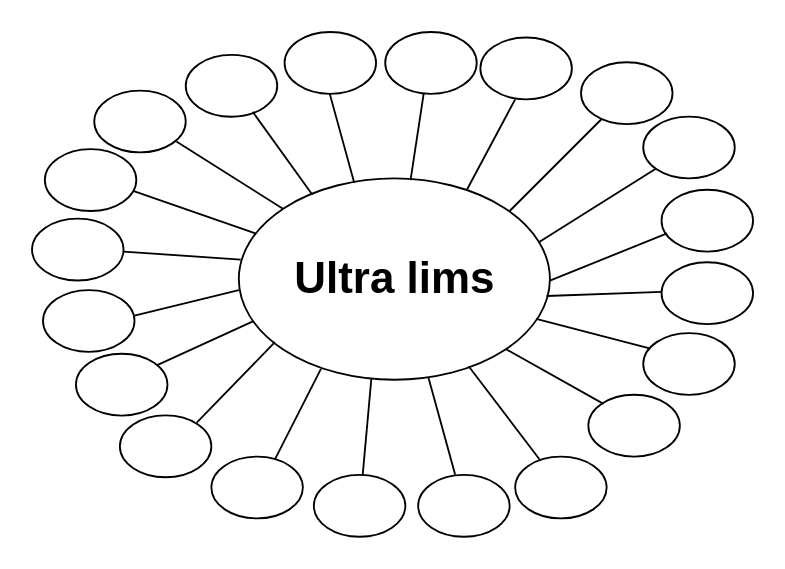
Before: mapa_mental.drawio in gumartins03/mapa_mental, a draw.io diagram. Source tidied: cells renumbered, new cells numbered last; positions are measured from the earlier drawing's top-left corner, leaving out a move shared by most shapes. Both pictures are drawn from the tidied source at 183%, with x=0, y=0 at pixel (31, 31).
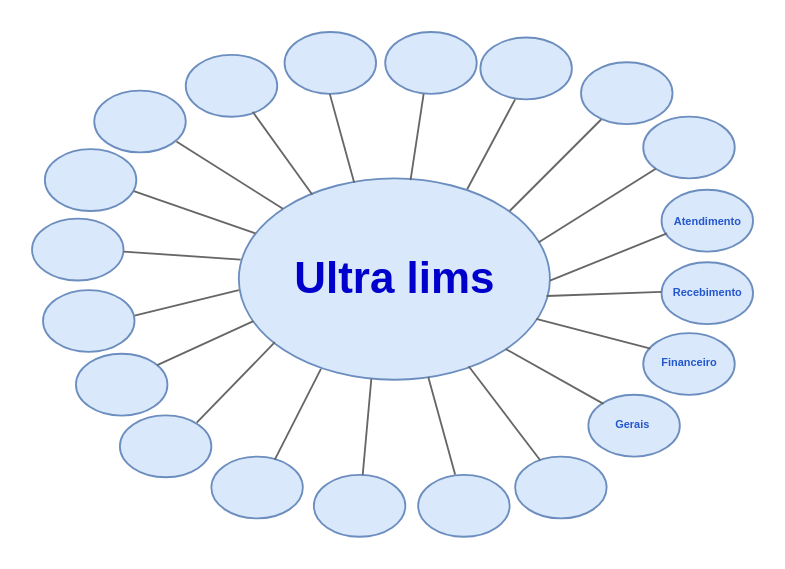
Above is the later version.

The edit, as a diff of the source:
```diff
@@
-    <mxCell id="2" style="ellipse;whiteSpace=wrap;html=1;" parent="1" vertex="1">
+    <mxCell id="2" style="ellipse;whiteSpace=wrap;html=1;fillColor=#dae8fc;strokeColor=#6c8ebf;" parent="1" vertex="1">
       <mxGeometry x="113" y="80" width="170" height="110" as="geometry" />
     </mxCell>
-    <mxCell id="3" style="ellipse;whiteSpace=wrap;html=1;" parent="1" vertex="1">
+    <mxCell id="3" style="ellipse;whiteSpace=wrap;html=1;fillColor=#dae8fc;strokeColor=#6c8ebf;" parent="1" vertex="1">
       <mxGeometry x="344" y="125.8" width="50" height="33.8" as="geometry" />
     </mxCell>
-    <mxCell id="4" value="Ultra lims" style="text;strokeColor=none;fillColor=none;html=1;fontSize=24;fontStyle=1;verticalAlign=middle;align=center;" parent="1" vertex="1">
+    <mxCell id="4" value="Ultra lims" style="text;strokeColor=none;fillColor=none;html=1;fontSize=24;fontStyle=1;verticalAlign=middle;align=center;fontColor=#0000CC;labelBorderColor=none;" parent="1" vertex="1">
       <mxGeometry x="148" y="115" width="100" height="40" as="geometry" />
     </mxCell>
-    <mxCell id="5" style="ellipse;whiteSpace=wrap;html=1;" parent="1" vertex="1">
+    <mxCell id="5" style="ellipse;whiteSpace=wrap;html=1;fillColor=#dae8fc;strokeColor=#6c8ebf;" parent="1" vertex="1">
       <mxGeometry x="334" y="164.5" width="50" height="33.8" as="geometry" />
     </mxCell>
-    <mxCell id="6" style="ellipse;whiteSpace=wrap;html=1;" parent="1" vertex="1">
+    <mxCell id="6" style="ellipse;whiteSpace=wrap;html=1;fillColor=#dae8fc;strokeColor=#6c8ebf;" parent="1" vertex="1">
       <mxGeometry x="344" y="86.2" width="50" height="33.8" as="geometry" />
     </mxCell>
-    <mxCell id="7" style="ellipse;whiteSpace=wrap;html=1;" parent="1" vertex="1">
+    <mxCell id="7" style="ellipse;whiteSpace=wrap;html=1;fillColor=#dae8fc;strokeColor=#6c8ebf;" parent="1" vertex="1">
       <mxGeometry x="334" y="46.2" width="50" height="33.8" as="geometry" />
     </mxCell>
-    <mxCell id="8" style="ellipse;whiteSpace=wrap;html=1;" parent="1" vertex="1">
+    <mxCell id="8" style="ellipse;whiteSpace=wrap;html=1;fillColor=#dae8fc;strokeColor=#6c8ebf;" parent="1" vertex="1">
       <mxGeometry x="300" y="16.5" width="50" height="33.8" as="geometry" />
     </mxCell>
-    <mxCell id="9" style="ellipse;whiteSpace=wrap;html=1;" parent="1" vertex="1">
+    <mxCell id="9" style="ellipse;whiteSpace=wrap;html=1;fillColor=#dae8fc;strokeColor=#6c8ebf;" parent="1" vertex="1">
       <mxGeometry x="304" y="198.2" width="50" height="33.8" as="geometry" />
     </mxCell>
-    <mxCell id="10" style="ellipse;whiteSpace=wrap;html=1;" parent="1" vertex="1">
+    <mxCell id="10" style="ellipse;whiteSpace=wrap;html=1;fillColor=#dae8fc;strokeColor=#6c8ebf;" parent="1" vertex="1">
       <mxGeometry x="264" y="232" width="50" height="33.8" as="geometry" />
     </mxCell>
-    <mxCell id="11" style="ellipse;whiteSpace=wrap;html=1;" parent="1" vertex="1">
+    <mxCell id="11" style="ellipse;whiteSpace=wrap;html=1;fillColor=#dae8fc;strokeColor=#6c8ebf;" parent="1" vertex="1">
       <mxGeometry x="211" y="242" width="50" height="33.8" as="geometry" />
     </mxCell>
-    <mxCell id="12" style="ellipse;whiteSpace=wrap;html=1;" parent="1" vertex="1">
+    <mxCell id="12" style="ellipse;whiteSpace=wrap;html=1;fillColor=#dae8fc;strokeColor=#6c8ebf;" parent="1" vertex="1">
       <mxGeometry x="154" y="242" width="50" height="33.8" as="geometry" />
     </mxCell>
-    <mxCell id="13" style="ellipse;whiteSpace=wrap;html=1;" parent="1" vertex="1">
+    <mxCell id="13" style="ellipse;whiteSpace=wrap;html=1;fillColor=#dae8fc;strokeColor=#6c8ebf;" parent="1" vertex="1">
       <mxGeometry x="98" y="232" width="50" height="33.8" as="geometry" />
     </mxCell>
-    <mxCell id="14" style="ellipse;whiteSpace=wrap;html=1;" parent="1" vertex="1">
+    <mxCell id="14" style="ellipse;whiteSpace=wrap;html=1;fillColor=#dae8fc;strokeColor=#6c8ebf;" parent="1" vertex="1">
       <mxGeometry x="48" y="209.5" width="50" height="33.8" as="geometry" />
     </mxCell>
-    <mxCell id="15" style="ellipse;whiteSpace=wrap;html=1;" parent="1" vertex="1">
+    <mxCell id="15" style="ellipse;whiteSpace=wrap;html=1;fillColor=#dae8fc;strokeColor=#6c8ebf;" parent="1" vertex="1">
       <mxGeometry x="24" y="175.8" width="50" height="33.8" as="geometry" />
     </mxCell>
-    <mxCell id="16" style="ellipse;whiteSpace=wrap;html=1;" parent="1" vertex="1">
+    <mxCell id="16" style="ellipse;whiteSpace=wrap;html=1;fillColor=#dae8fc;strokeColor=#6c8ebf;" parent="1" vertex="1">
       <mxGeometry x="6" y="141" width="50" height="33.8" as="geometry" />
     </mxCell>
-    <mxCell id="17" style="ellipse;whiteSpace=wrap;html=1;" parent="1" vertex="1">
+    <mxCell id="17" style="ellipse;whiteSpace=wrap;html=1;fillColor=#dae8fc;strokeColor=#6c8ebf;" parent="1" vertex="1">
       <mxGeometry y="102" width="50" height="33.8" as="geometry" />
     </mxCell>
-    <mxCell id="18" style="ellipse;whiteSpace=wrap;html=1;" parent="1" vertex="1">
+    <mxCell id="18" style="ellipse;whiteSpace=wrap;html=1;fillColor=#dae8fc;strokeColor=#6c8ebf;" parent="1" vertex="1">
       <mxGeometry x="7" y="64" width="50" height="33.8" as="geometry" />
     </mxCell>
-    <mxCell id="19" style="ellipse;whiteSpace=wrap;html=1;" parent="1" vertex="1">
+    <mxCell id="19" style="ellipse;whiteSpace=wrap;html=1;fillColor=#dae8fc;strokeColor=#6c8ebf;" parent="1" vertex="1">
       <mxGeometry x="34" y="32" width="50" height="33.8" as="geometry" />
     </mxCell>
-    <mxCell id="20" style="ellipse;whiteSpace=wrap;html=1;" parent="1" vertex="1">
+    <mxCell id="20" style="ellipse;whiteSpace=wrap;html=1;fillColor=#dae8fc;strokeColor=#6c8ebf;" parent="1" vertex="1">
       <mxGeometry x="84" y="12.5" width="50" height="33.8" as="geometry" />
     </mxCell>
-    <mxCell id="21" style="ellipse;whiteSpace=wrap;html=1;" parent="1" vertex="1">
+    <mxCell id="21" style="ellipse;whiteSpace=wrap;html=1;fillColor=#dae8fc;strokeColor=#6c8ebf;" parent="1" vertex="1">
       <mxGeometry x="138" width="50" height="33.8" as="geometry" />
     </mxCell>
-    <mxCell id="22" style="ellipse;whiteSpace=wrap;html=1;" parent="1" vertex="1">
+    <mxCell id="22" style="ellipse;whiteSpace=wrap;html=1;fillColor=#dae8fc;strokeColor=#6c8ebf;" parent="1" vertex="1">
       <mxGeometry x="193" width="50" height="33.8" as="geometry" />
     </mxCell>
-    <mxCell id="23" style="ellipse;whiteSpace=wrap;html=1;" parent="1" vertex="1">
+    <mxCell id="23" style="ellipse;whiteSpace=wrap;html=1;fillColor=#dae8fc;strokeColor=#6c8ebf;" parent="1" vertex="1">
       <mxGeometry x="245" y="3" width="50" height="33.8" as="geometry" />
     </mxCell>
-    <mxCell id="24" style="endArrow=none;html=1;rounded=0;" parent="1" edge="1">
+    <mxCell id="24" style="endArrow=none;html=1;rounded=0;fillColor=#f5f5f5;strokeColor=#666666;" parent="1" edge="1">
       <mxGeometry relative="1" as="geometry">
         <mxPoint x="261" y="97.8" as="sourcePoint" />
         <mxPoint x="311" y="47.8" as="targetPoint" />
       </mxGeometry>
     </mxCell>
-    <mxCell id="25" style="endArrow=none;html=1;rounded=0;entryX=0;entryY=1;entryDx=0;entryDy=0;" parent="1" edge="1" target="7">
+    <mxCell id="25" style="endArrow=none;html=1;rounded=0;entryX=0;entryY=1;entryDx=0;entryDy=0;fillColor=#f5f5f5;strokeColor=#666666;" parent="1" edge="1" target="7">
       <mxGeometry relative="1" as="geometry">
         <mxPoint x="276.7" y="115" as="sourcePoint" />
       </mxGeometry>
     </mxCell>
-    <mxCell id="26" style="endArrow=none;html=1;rounded=0;entryX=0.06;entryY=0.706;entryDx=0;entryDy=0;entryPerimeter=0;" parent="1" edge="1" target="6">
+    <mxCell id="26" style="endArrow=none;html=1;rounded=0;entryX=0.06;entryY=0.706;entryDx=0;entryDy=0;entryPerimeter=0;fillColor=#f5f5f5;strokeColor=#666666;" parent="1" edge="1" target="6">
       <mxGeometry relative="1" as="geometry">
         <mxPoint x="283" y="135.8" as="sourcePoint" />
       </mxGeometry>
     </mxCell>
-    <mxCell id="27" style="endArrow=none;html=1;rounded=0;exitX=0.989;exitY=0.584;exitDx=0;exitDy=0;exitPerimeter=0;" parent="1" edge="1" source="2">
+    <mxCell id="27" style="endArrow=none;html=1;rounded=0;exitX=0.989;exitY=0.584;exitDx=0;exitDy=0;exitPerimeter=0;fillColor=#f5f5f5;strokeColor=#666666;" parent="1" edge="1" source="2">
       <mxGeometry relative="1" as="geometry">
         <mxPoint x="344" y="142" as="targetPoint" />
       </mxGeometry>
     </mxCell>
-    <mxCell id="28" style="endArrow=none;html=1;rounded=0;exitX=0.956;exitY=0.688;exitDx=0;exitDy=0;exitPerimeter=0;" parent="1" edge="1">
+    <mxCell id="28" style="endArrow=none;html=1;rounded=0;exitX=0.956;exitY=0.688;exitDx=0;exitDy=0;exitPerimeter=0;fillColor=#f5f5f5;strokeColor=#666666;" parent="1" edge="1">
       <mxGeometry relative="1" as="geometry">
         <mxPoint x="275.5" y="156.7" as="sourcePoint" />
         <mxPoint x="338" y="173" as="targetPoint" />
       </mxGeometry>
     </mxCell>
-    <mxCell id="29" style="endArrow=none;html=1;rounded=0;exitX=0.956;exitY=0.688;exitDx=0;exitDy=0;exitPerimeter=0;entryX=0;entryY=0;entryDx=0;entryDy=0;" parent="1" edge="1">
+    <mxCell id="29" style="endArrow=none;html=1;rounded=0;exitX=0.956;exitY=0.688;exitDx=0;exitDy=0;exitPerimeter=0;entryX=0;entryY=0;entryDx=0;entryDy=0;fillColor=#f5f5f5;strokeColor=#666666;" parent="1" edge="1">
       <mxGeometry relative="1" as="geometry">
         <mxPoint x="258.8" y="173.2" as="sourcePoint" />
         <mxPoint x="312.3" y="203.2" as="targetPoint" />
       </mxGeometry>
     </mxCell>
-    <mxCell id="30" style="endArrow=none;html=1;rounded=0;exitX=0.739;exitY=0.942;exitDx=0;exitDy=0;exitPerimeter=0;entryX=0.274;entryY=0.088;entryDx=0;entryDy=0;entryPerimeter=0;" parent="1" edge="1">
+    <mxCell id="30" style="endArrow=none;html=1;rounded=0;exitX=0.739;exitY=0.942;exitDx=0;exitDy=0;exitPerimeter=0;entryX=0.274;entryY=0.088;entryDx=0;entryDy=0;entryPerimeter=0;fillColor=#f5f5f5;strokeColor=#666666;" parent="1" edge="1">
       <mxGeometry relative="1" as="geometry">
         <mxPoint x="238.6" y="182.6" as="sourcePoint" />
         <mxPoint x="277.7" y="234" as="targetPoint" />
       </mxGeometry>
     </mxCell>
-    <mxCell id="31" style="endArrow=none;html=1;rounded=0;exitX=0.404;exitY=-0.008;exitDx=0;exitDy=0;exitPerimeter=0;entryX=0.609;entryY=0.986;entryDx=0;entryDy=0;entryPerimeter=0;" parent="1" edge="1" source="11" target="2">
+    <mxCell id="31" style="endArrow=none;html=1;rounded=0;exitX=0.404;exitY=-0.008;exitDx=0;exitDy=0;exitPerimeter=0;entryX=0.609;entryY=0.986;entryDx=0;entryDy=0;entryPerimeter=0;fillColor=#f5f5f5;strokeColor=#666666;" parent="1" edge="1" source="11" target="2">
       <mxGeometry relative="1" as="geometry" />
     </mxCell>
-    <mxCell id="32" style="endArrow=none;html=1;rounded=0;entryX=0.426;entryY=0.995;entryDx=0;entryDy=0;entryPerimeter=0;exitX=0.534;exitY=-0.001;exitDx=0;exitDy=0;exitPerimeter=0;" parent="1" edge="1" source="12" target="2">
+    <mxCell id="32" style="endArrow=none;html=1;rounded=0;entryX=0.426;entryY=0.995;entryDx=0;entryDy=0;entryPerimeter=0;exitX=0.534;exitY=-0.001;exitDx=0;exitDy=0;exitPerimeter=0;fillColor=#f5f5f5;strokeColor=#666666;" parent="1" edge="1" source="12" target="2">
       <mxGeometry relative="1" as="geometry" />
     </mxCell>
-    <mxCell id="33" style="endArrow=none;html=1;rounded=0;exitX=0.264;exitY=0.946;exitDx=0;exitDy=0;exitPerimeter=0;entryX=0.692;entryY=0.054;entryDx=0;entryDy=0;entryPerimeter=0;" parent="1" edge="1" source="2" target="13">
+    <mxCell id="33" style="endArrow=none;html=1;rounded=0;exitX=0.264;exitY=0.946;exitDx=0;exitDy=0;exitPerimeter=0;entryX=0.692;entryY=0.054;entryDx=0;entryDy=0;entryPerimeter=0;fillColor=#f5f5f5;strokeColor=#666666;" parent="1" edge="1" source="2" target="13">
       <mxGeometry relative="1" as="geometry" />
     </mxCell>
-    <mxCell id="34" style="endArrow=none;html=1;rounded=0;exitX=0.104;exitY=0.823;exitDx=0;exitDy=0;exitPerimeter=0;entryX=0.692;entryY=0.054;entryDx=0;entryDy=0;entryPerimeter=0;" parent="1" edge="1">
+    <mxCell id="34" style="endArrow=none;html=1;rounded=0;exitX=0.104;exitY=0.823;exitDx=0;exitDy=0;exitPerimeter=0;entryX=0.692;entryY=0.054;entryDx=0;entryDy=0;entryPerimeter=0;fillColor=#f5f5f5;strokeColor=#666666;" parent="1" edge="1">
       <mxGeometry relative="1" as="geometry">
         <mxPoint x="132.7" y="169.5" as="sourcePoint" />
         <mxPoint x="90" y="213.5" as="targetPoint" />
       </mxGeometry>
     </mxCell>
-    <mxCell id="35" style="endArrow=none;html=1;rounded=0;exitX=0.047;exitY=0.709;exitDx=0;exitDy=0;exitPerimeter=0;entryX=0.888;entryY=0.184;entryDx=0;entryDy=0;entryPerimeter=0;" parent="1" edge="1" source="2" target="15">
+    <mxCell id="35" style="endArrow=none;html=1;rounded=0;exitX=0.047;exitY=0.709;exitDx=0;exitDy=0;exitPerimeter=0;entryX=0.888;entryY=0.184;entryDx=0;entryDy=0;entryPerimeter=0;fillColor=#f5f5f5;strokeColor=#666666;" parent="1" edge="1" source="2" target="15">
       <mxGeometry relative="1" as="geometry" />
     </mxCell>
-    <mxCell id="36" style="endArrow=none;html=1;rounded=0;exitX=0;exitY=0.555;exitDx=0;exitDy=0;exitPerimeter=0;entryX=0.888;entryY=0.184;entryDx=0;entryDy=0;entryPerimeter=0;" parent="1" edge="1" source="2">
+    <mxCell id="36" style="endArrow=none;html=1;rounded=0;exitX=0;exitY=0.555;exitDx=0;exitDy=0;exitPerimeter=0;entryX=0.888;entryY=0.184;entryDx=0;entryDy=0;entryPerimeter=0;fillColor=#f5f5f5;strokeColor=#666666;" parent="1" edge="1" source="2">
       <mxGeometry relative="1" as="geometry">
         <mxPoint x="56" y="155" as="targetPoint" />
       </mxGeometry>
     </mxCell>
-    <mxCell id="37" style="endArrow=none;html=1;rounded=0;exitX=0.006;exitY=0.403;exitDx=0;exitDy=0;exitPerimeter=0;entryX=0.888;entryY=0.184;entryDx=0;entryDy=0;entryPerimeter=0;" parent="1" edge="1" source="2">
+    <mxCell id="37" style="endArrow=none;html=1;rounded=0;exitX=0.006;exitY=0.403;exitDx=0;exitDy=0;exitPerimeter=0;entryX=0.888;entryY=0.184;entryDx=0;entryDy=0;entryPerimeter=0;fillColor=#f5f5f5;strokeColor=#666666;" parent="1" edge="1" source="2">
       <mxGeometry relative="1" as="geometry">
         <mxPoint x="50" y="120" as="targetPoint" />
       </mxGeometry>
     </mxCell>
-    <mxCell id="38" style="endArrow=none;html=1;rounded=0;entryX=0.991;entryY=0.649;entryDx=0;entryDy=0;entryPerimeter=0;" parent="1" edge="1">
+    <mxCell id="38" style="endArrow=none;html=1;rounded=0;entryX=0.991;entryY=0.649;entryDx=0;entryDy=0;entryPerimeter=0;fillColor=#f5f5f5;strokeColor=#666666;" parent="1" edge="1">
       <mxGeometry relative="1" as="geometry">
         <mxPoint x="122.1" y="110" as="sourcePoint" />
         <mxPoint x="55.6" y="86.9" as="targetPoint" />
       </mxGeometry>
     </mxCell>
-    <mxCell id="39" style="endArrow=none;html=1;rounded=0;entryX=0.897;entryY=0.825;entryDx=0;entryDy=0;entryPerimeter=0;" parent="1" edge="1">
+    <mxCell id="39" style="endArrow=none;html=1;rounded=0;entryX=0.897;entryY=0.825;entryDx=0;entryDy=0;entryPerimeter=0;fillColor=#f5f5f5;strokeColor=#666666;" parent="1" edge="1">
       <mxGeometry relative="1" as="geometry">
         <mxPoint x="137.1" y="96.6" as="sourcePoint" />
         <mxPoint x="78.9" y="59.8" as="targetPoint" />
       </mxGeometry>
     </mxCell>
-    <mxCell id="40" style="endArrow=none;html=1;rounded=0;entryX=0.772;entryY=0.921;entryDx=0;entryDy=0;entryPerimeter=0;exitX=0.248;exitY=0.081;exitDx=0;exitDy=0;exitPerimeter=0;" parent="1" edge="1">
+    <mxCell id="40" style="endArrow=none;html=1;rounded=0;entryX=0.772;entryY=0.921;entryDx=0;entryDy=0;entryPerimeter=0;exitX=0.248;exitY=0.081;exitDx=0;exitDy=0;exitPerimeter=0;fillColor=#f5f5f5;strokeColor=#666666;" parent="1" edge="1">
       <mxGeometry relative="1" as="geometry">
         <mxPoint x="153.2" y="88.9" as="sourcePoint" />
         <mxPoint x="120.6" y="43.6" as="targetPoint" />
       </mxGeometry>
     </mxCell>
-    <mxCell id="41" style="endArrow=none;html=1;rounded=0;entryX=0.772;entryY=0.921;entryDx=0;entryDy=0;entryPerimeter=0;exitX=0.371;exitY=0.022;exitDx=0;exitDy=0;exitPerimeter=0;" parent="1" edge="1" source="2">
+    <mxCell id="41" style="endArrow=none;html=1;rounded=0;entryX=0.772;entryY=0.921;entryDx=0;entryDy=0;entryPerimeter=0;exitX=0.371;exitY=0.022;exitDx=0;exitDy=0;exitPerimeter=0;fillColor=#f5f5f5;strokeColor=#666666;" parent="1" edge="1" source="2">
       <mxGeometry relative="1" as="geometry">
         <mxPoint x="162.7" y="33.8" as="targetPoint" />
       </mxGeometry>
     </mxCell>
-    <mxCell id="42" style="endArrow=none;html=1;rounded=0;entryX=0.772;entryY=0.921;entryDx=0;entryDy=0;entryPerimeter=0;exitX=0.552;exitY=0.009;exitDx=0;exitDy=0;exitPerimeter=0;" parent="1" edge="1" source="2">
+    <mxCell id="42" style="endArrow=none;html=1;rounded=0;entryX=0.772;entryY=0.921;entryDx=0;entryDy=0;entryPerimeter=0;exitX=0.552;exitY=0.009;exitDx=0;exitDy=0;exitPerimeter=0;fillColor=#f5f5f5;strokeColor=#666666;" parent="1" edge="1" source="2">
       <mxGeometry relative="1" as="geometry">
         <mxPoint x="214" y="33.8" as="targetPoint" />
       </mxGeometry>
     </mxCell>
-    <mxCell id="43" style="endArrow=none;html=1;rounded=0;entryX=0.772;entryY=0.921;entryDx=0;entryDy=0;entryPerimeter=0;exitX=0.734;exitY=0.054;exitDx=0;exitDy=0;exitPerimeter=0;" parent="1" edge="1" source="2">
+    <mxCell id="43" style="endArrow=none;html=1;rounded=0;entryX=0.772;entryY=0.921;entryDx=0;entryDy=0;entryPerimeter=0;exitX=0.734;exitY=0.054;exitDx=0;exitDy=0;exitPerimeter=0;fillColor=#f5f5f5;strokeColor=#666666;" parent="1" edge="1" source="2">
       <mxGeometry relative="1" as="geometry">
         <mxPoint x="264" y="36.8" as="targetPoint" />
       </mxGeometry>
     </mxCell>
+    <mxCell id="44" value="&lt;font color=&quot;#2456cc&quot; style=&quot;font-size: 6px;&quot;&gt;Atendimento&lt;/font&gt;" style="text;strokeColor=none;fillColor=none;html=1;fontSize=24;fontStyle=1;verticalAlign=middle;align=center;" parent="1" vertex="1">
+      <mxGeometry x="344" y="93" width="50" height="10" as="geometry" />
+    </mxCell>
+    <mxCell id="45" value="&lt;font color=&quot;#2456cc&quot; style=&quot;font-size: 6px;&quot;&gt;Recebimento&lt;/font&gt;" style="text;strokeColor=none;fillColor=none;html=1;fontSize=24;fontStyle=1;verticalAlign=middle;align=center;" parent="1" vertex="1">
+      <mxGeometry x="344" y="132" width="50" height="10" as="geometry" />
+    </mxCell>
+    <mxCell id="46" value="&lt;font color=&quot;#2456cc&quot;&gt;&lt;span style=&quot;font-size: 6px;&quot;&gt;Financeiro&lt;/span&gt;&lt;/font&gt;" style="text;strokeColor=none;fillColor=none;html=1;fontSize=24;fontStyle=1;verticalAlign=middle;align=center;" parent="1" vertex="1">
+      <mxGeometry x="334" y="169.8" width="50" height="10" as="geometry" />
+    </mxCell>
+    <mxCell id="47" value="&lt;font color=&quot;#2456cc&quot;&gt;&lt;span style=&quot;font-size: 6px;&quot;&gt;Gerais&lt;/span&gt;&lt;/font&gt;" style="text;strokeColor=none;fillColor=none;html=1;fontSize=24;fontStyle=1;verticalAlign=middle;align=center;" parent="1" vertex="1">
+      <mxGeometry x="303" y="203.5" width="50" height="10" as="geometry" />
+    </mxCell>
```
